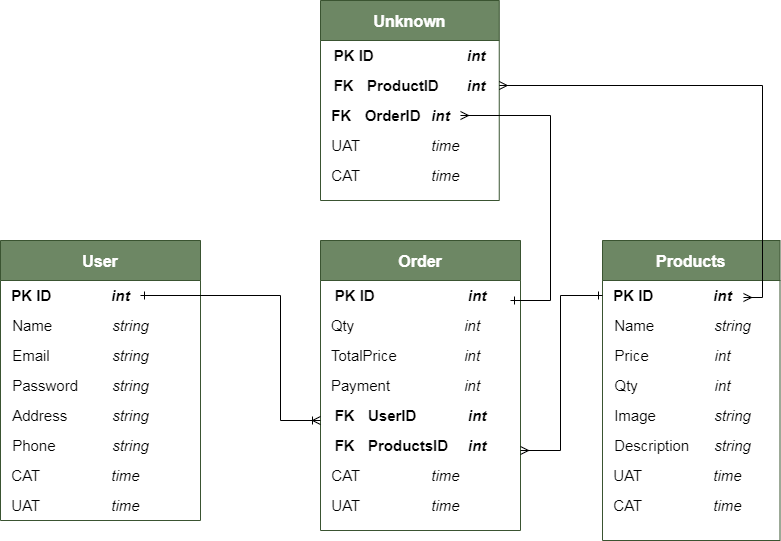
This is ERD.png from faqihassyfa/PROJECT-III, a draw.io export, as it was before one commit. Source tidied: cells renumbered, new cells last; positions are measured from the earlier drawing's top-left corner, leaving out a move shared by most shapes. Source of this version:
```xml
<mxGraphModel>
  <root>
    <mxCell id="0" />
    <mxCell id="1" parent="0" />
    <mxCell id="2" value="User" style="swimlane;startSize=40;fillColor=#6d8764;strokeColor=#3A5431;fontColor=#ffffff;fontSize=16;" parent="1" vertex="1">
      <mxGeometry y="240" width="200" height="280" as="geometry" />
    </mxCell>
    <mxCell id="3" value="&lt;b&gt;&lt;font style=&quot;font-size: 15px;&quot;&gt;PK ID&lt;span style=&quot;white-space: pre;&quot;&gt;&#9;&lt;/span&gt;&lt;span style=&quot;white-space: pre;&quot;&gt;&#9;&lt;/span&gt;&lt;i&gt;int&lt;/i&gt;&lt;/font&gt;&lt;/b&gt;" style="text;html=1;align=center;verticalAlign=middle;points=[];strokeColor=none;fillColor=none;" parent="2" vertex="1">
      <mxGeometry y="40" width="140" height="30" as="geometry" />
    </mxCell>
    <mxCell id="4" value="&lt;font style=&quot;font-size: 15px;&quot;&gt;Name&lt;span style=&quot;white-space: pre;&quot;&gt;&#9;&lt;span style=&quot;white-space: pre;&quot;&gt;&#9;&lt;/span&gt;&lt;/span&gt;&lt;i&gt;string&lt;/i&gt;&lt;/font&gt;" style="text;html=1;align=center;verticalAlign=middle;strokeColor=none;fillColor=none;" parent="2" vertex="1">
      <mxGeometry y="70" width="160" height="30" as="geometry" />
    </mxCell>
    <mxCell id="5" value="&lt;font style=&quot;font-size: 15px;&quot;&gt;Email&lt;span style=&quot;white-space: pre;&quot;&gt;&#9;&lt;span style=&quot;white-space: pre;&quot;&gt;&#9;&lt;/span&gt;&lt;/span&gt;&lt;i&gt;string&lt;/i&gt;&lt;/font&gt;" style="text;html=1;align=center;verticalAlign=middle;strokeColor=none;fillColor=none;" parent="2" vertex="1">
      <mxGeometry y="100" width="160" height="30" as="geometry" />
    </mxCell>
    <mxCell id="6" value="&lt;font style=&quot;font-size: 15px;&quot;&gt;Password&lt;span style=&quot;white-space: pre;&quot;&gt;&#9;&lt;/span&gt;&lt;i&gt;string&lt;/i&gt;&lt;/font&gt;" style="text;html=1;align=center;verticalAlign=middle;strokeColor=none;fillColor=none;" parent="2" vertex="1">
      <mxGeometry y="130" width="160" height="30" as="geometry" />
    </mxCell>
    <mxCell id="7" value="&lt;font style=&quot;font-size: 15px;&quot;&gt;Address&lt;span style=&quot;white-space: pre;&quot;&gt;&#9;&lt;/span&gt;&lt;span style=&quot;white-space: pre;&quot;&gt;&#9;&lt;/span&gt;&lt;i&gt;string&lt;/i&gt;&lt;/font&gt;" style="text;html=1;align=center;verticalAlign=middle;strokeColor=none;fillColor=none;" parent="2" vertex="1">
      <mxGeometry y="160" width="160" height="30" as="geometry" />
    </mxCell>
    <mxCell id="8" value="&lt;font style=&quot;font-size: 15px;&quot;&gt;Phone&lt;span style=&quot;white-space: pre;&quot;&gt;&#9;&lt;/span&gt;&lt;span style=&quot;white-space: pre;&quot;&gt;&#9;&lt;/span&gt;&lt;i&gt;string&lt;/i&gt;&lt;/font&gt;" style="text;html=1;align=center;verticalAlign=middle;strokeColor=none;fillColor=none;" parent="2" vertex="1">
      <mxGeometry y="190" width="160" height="30" as="geometry" />
    </mxCell>
    <mxCell id="9" value="&lt;font style=&quot;font-size: 15px;&quot;&gt;CAT&lt;span style=&quot;white-space: pre;&quot;&gt;&#9;&lt;/span&gt;&lt;span style=&quot;white-space: pre;&quot;&gt;&#9;&lt;/span&gt;&lt;span style=&quot;white-space: pre;&quot;&gt;&#9;&lt;/span&gt;&lt;i&gt;time&lt;/i&gt;&lt;/font&gt;" style="text;html=1;align=center;verticalAlign=middle;strokeColor=none;fillColor=none;" parent="2" vertex="1">
      <mxGeometry y="220" width="150" height="30" as="geometry" />
    </mxCell>
    <mxCell id="10" value="&lt;font style=&quot;font-size: 15px;&quot;&gt;UAT&lt;span style=&quot;white-space: pre;&quot;&gt;&#9;&lt;/span&gt;&lt;span style=&quot;white-space: pre;&quot;&gt;&#9;&lt;/span&gt;&lt;span style=&quot;white-space: pre;&quot;&gt;&#9;&lt;/span&gt;&lt;i&gt;time&lt;/i&gt;&lt;/font&gt;" style="text;html=1;align=center;verticalAlign=middle;strokeColor=none;fillColor=none;" parent="2" vertex="1">
      <mxGeometry y="250" width="150" height="30" as="geometry" />
    </mxCell>
    <mxCell id="11" value="Products" style="swimlane;startSize=40;fillColor=#6d8764;strokeColor=#3A5431;fontColor=#ffffff;fontSize=16;" parent="1" vertex="1">
      <mxGeometry x="602" y="240" width="177.5" height="300" as="geometry" />
    </mxCell>
    <mxCell id="12" value="&lt;b&gt;&lt;font style=&quot;font-size: 15px;&quot;&gt;PK ID&lt;span style=&quot;white-space: pre;&quot;&gt;&#9;&lt;span style=&quot;white-space: pre;&quot;&gt;&#9;&lt;/span&gt;&lt;/span&gt;&lt;i&gt;int&lt;/i&gt;&lt;/font&gt;&lt;/b&gt;" style="text;html=1;align=center;verticalAlign=middle;points=[];strokeColor=none;fillColor=none;" parent="11" vertex="1">
      <mxGeometry y="40" width="140" height="30" as="geometry" />
    </mxCell>
    <mxCell id="13" value="&lt;font style=&quot;font-size: 15px;&quot;&gt;Name&lt;span style=&quot;white-space: pre;&quot;&gt;&#9;&lt;span style=&quot;white-space: pre;&quot;&gt;&#9;&lt;/span&gt;&lt;/span&gt;&lt;i&gt;string&lt;/i&gt;&lt;/font&gt;" style="text;html=1;align=center;verticalAlign=middle;strokeColor=none;fillColor=none;" parent="11" vertex="1">
      <mxGeometry y="70" width="160" height="30" as="geometry" />
    </mxCell>
    <mxCell id="14" value="&lt;font style=&quot;font-size: 15px;&quot;&gt;Price&lt;span style=&quot;white-space: pre;&quot;&gt;&#9;&lt;span style=&quot;white-space: pre;&quot;&gt;&#9;&lt;/span&gt;&lt;i&gt;int&lt;/i&gt;&lt;/span&gt;&lt;/font&gt;" style="text;html=1;align=center;verticalAlign=middle;strokeColor=none;fillColor=none;" parent="11" vertex="1">
      <mxGeometry y="100" width="140" height="30" as="geometry" />
    </mxCell>
    <mxCell id="15" value="&lt;font style=&quot;font-size: 15px;&quot;&gt;Qty&lt;span style=&quot;white-space: pre;&quot;&gt;&#9;&lt;span style=&quot;white-space: pre;&quot;&gt;&#9;&lt;/span&gt;&lt;span style=&quot;white-space: pre;&quot;&gt;&#9;&lt;/span&gt;&lt;/span&gt;&lt;i&gt;int&lt;/i&gt;&lt;/font&gt;" style="text;html=1;align=center;verticalAlign=middle;strokeColor=none;fillColor=none;" parent="11" vertex="1">
      <mxGeometry y="130" width="140" height="30" as="geometry" />
    </mxCell>
    <mxCell id="16" value="&lt;font style=&quot;font-size: 15px;&quot;&gt;Description&lt;span style=&quot;white-space: pre;&quot;&gt;&lt;span style=&quot;white-space: pre;&quot;&gt;&#9;&lt;/span&gt;&lt;i&gt;string&lt;/i&gt;&lt;/span&gt;&lt;/font&gt;" style="text;html=1;align=center;verticalAlign=middle;strokeColor=none;fillColor=none;" parent="11" vertex="1">
      <mxGeometry y="190" width="160" height="30" as="geometry" />
    </mxCell>
    <mxCell id="17" value="&lt;font style=&quot;font-size: 15px;&quot;&gt;Image&lt;span style=&quot;white-space: pre;&quot;&gt;&#9;&lt;/span&gt;&lt;span style=&quot;white-space: pre;&quot;&gt;&#9;&lt;/span&gt;&lt;i style=&quot;white-space: pre;&quot;&gt;string&lt;/i&gt;&lt;/font&gt;" style="text;html=1;align=center;verticalAlign=middle;strokeColor=none;fillColor=none;" parent="11" vertex="1">
      <mxGeometry y="160" width="160" height="30" as="geometry" />
    </mxCell>
    <mxCell id="18" value="&lt;font style=&quot;font-size: 15px;&quot;&gt;UAT&lt;span style=&quot;white-space: pre;&quot;&gt;&#9;&lt;/span&gt;&lt;span style=&quot;white-space: pre;&quot;&gt;&#9;&lt;/span&gt;&lt;span style=&quot;white-space: pre;&quot;&gt;&#9;&lt;/span&gt;&lt;i&gt;time&lt;/i&gt;&lt;/font&gt;" style="text;html=1;align=center;verticalAlign=middle;strokeColor=none;fillColor=none;" parent="11" vertex="1">
      <mxGeometry y="220" width="150" height="30" as="geometry" />
    </mxCell>
    <mxCell id="19" value="&lt;font style=&quot;font-size: 15px;&quot;&gt;CAT&lt;span style=&quot;white-space: pre;&quot;&gt;&#9;&lt;/span&gt;&lt;span style=&quot;white-space: pre;&quot;&gt;&#9;&lt;/span&gt;&lt;span style=&quot;white-space: pre;&quot;&gt;&#9;&lt;/span&gt;&lt;i&gt;time&lt;/i&gt;&lt;/font&gt;" style="text;html=1;align=center;verticalAlign=middle;strokeColor=none;fillColor=none;" parent="11" vertex="1">
      <mxGeometry y="250" width="150" height="30" as="geometry" />
    </mxCell>
    <mxCell id="20" value="Order" style="swimlane;startSize=40;fillColor=#6d8764;strokeColor=#3A5431;fontColor=#ffffff;fontSize=16;" parent="1" vertex="1">
      <mxGeometry x="320" y="240" width="200" height="290" as="geometry" />
    </mxCell>
    <mxCell id="21" value="&lt;b&gt;&lt;font style=&quot;font-size: 15px;&quot;&gt;PK ID&lt;span style=&quot;white-space: pre;&quot;&gt;&#9;&lt;span style=&quot;white-space: pre;&quot;&gt;&#9;&lt;/span&gt;&lt;span style=&quot;white-space: pre;&quot;&gt;&#9;&lt;/span&gt;&lt;/span&gt;&lt;i&gt;int&lt;/i&gt;&lt;/font&gt;&lt;/b&gt;" style="text;html=1;align=center;verticalAlign=middle;strokeColor=none;fillColor=none;" parent="20" vertex="1">
      <mxGeometry y="40" width="180" height="30" as="geometry" />
    </mxCell>
    <mxCell id="22" value="&lt;font style=&quot;font-size: 15px;&quot;&gt;CAT&lt;span style=&quot;white-space: pre;&quot;&gt;&#9;&lt;/span&gt;&lt;span style=&quot;white-space: pre;&quot;&gt;&#9;&lt;/span&gt;&lt;span style=&quot;white-space: pre;&quot;&gt;&#9;&lt;/span&gt;&lt;i&gt;time&lt;/i&gt;&lt;/font&gt;" style="text;html=1;align=center;verticalAlign=middle;strokeColor=none;fillColor=none;" parent="20" vertex="1">
      <mxGeometry y="220" width="150" height="30" as="geometry" />
    </mxCell>
    <mxCell id="23" value="&lt;font style=&quot;font-size: 15px;&quot;&gt;Qty&lt;span style=&quot;white-space: pre;&quot;&gt;&#9;&lt;span style=&quot;white-space: pre;&quot;&gt;&#9;&lt;span style=&quot;white-space: pre;&quot;&gt;&#9;&lt;/span&gt;&lt;/span&gt;&lt;span style=&quot;white-space: pre;&quot;&gt;&#9;&lt;/span&gt;&lt;/span&gt;&lt;i&gt;int&lt;/i&gt;&lt;/font&gt;" style="text;html=1;align=center;verticalAlign=middle;strokeColor=none;fillColor=none;" parent="20" vertex="1">
      <mxGeometry y="70" width="170" height="30" as="geometry" />
    </mxCell>
    <mxCell id="24" value="&lt;font style=&quot;font-size: 15px;&quot;&gt;TotalPrice&lt;span style=&quot;white-space: pre;&quot;&gt;&#9;&lt;/span&gt;&lt;span style=&quot;white-space: pre;&quot;&gt;&lt;span style=&quot;white-space: pre;&quot;&gt;&#9;&lt;/span&gt;&lt;i&gt;int&lt;/i&gt;&lt;/span&gt;&lt;/font&gt;" style="text;html=1;align=center;verticalAlign=middle;strokeColor=none;fillColor=none;" parent="20" vertex="1">
      <mxGeometry y="100" width="170" height="30" as="geometry" />
    </mxCell>
    <mxCell id="25" value="&lt;font style=&quot;font-size: 15px;&quot;&gt;FK&lt;span style=&quot;white-space: pre;&quot;&gt;&#9;&lt;/span&gt;UserID&lt;span style=&quot;white-space: pre;&quot;&gt;&#9;&lt;span style=&quot;white-space: pre;&quot;&gt;&#9;&lt;/span&gt;&lt;i&gt;int&lt;/i&gt;&lt;/span&gt;&lt;/font&gt;" style="text;html=1;align=center;verticalAlign=middle;points=[];strokeColor=none;fillColor=none;fontStyle=1;" parent="20" vertex="1">
      <mxGeometry y="160" width="180" height="30" as="geometry" />
    </mxCell>
    <mxCell id="26" value="&lt;font style=&quot;font-size: 15px;&quot;&gt;FK&lt;span style=&quot;white-space: pre;&quot;&gt;&#9;&lt;/span&gt;ProductsID&lt;span style=&quot;white-space: pre;&quot;&gt;&#9;&lt;/span&gt;&lt;i&gt;int&lt;/i&gt;&lt;/font&gt;" style="text;html=1;align=center;verticalAlign=middle;strokeColor=none;fillColor=none;fontStyle=1;" parent="20" vertex="1">
      <mxGeometry y="190" width="180" height="30" as="geometry" />
    </mxCell>
    <mxCell id="27" value="&lt;font style=&quot;font-size: 15px;&quot;&gt;Payment&lt;span style=&quot;white-space: pre;&quot;&gt;&#9;&lt;span style=&quot;white-space: pre;&quot;&gt;&#9;&lt;/span&gt;&lt;/span&gt;&lt;span style=&quot;white-space: pre;&quot;&gt;&lt;span style=&quot;white-space: pre;&quot;&gt;&#9;&lt;/span&gt;&lt;i&gt;int&lt;/i&gt;&lt;/span&gt;&lt;/font&gt;" style="text;html=1;align=center;verticalAlign=middle;strokeColor=none;fillColor=none;" parent="20" vertex="1">
      <mxGeometry y="130" width="170" height="30" as="geometry" />
    </mxCell>
    <mxCell id="28" value="&lt;font style=&quot;font-size: 15px;&quot;&gt;UAT&lt;span style=&quot;white-space: pre;&quot;&gt;&#9;&lt;/span&gt;&lt;span style=&quot;white-space: pre;&quot;&gt;&#9;&lt;/span&gt;&lt;span style=&quot;white-space: pre;&quot;&gt;&#9;&lt;/span&gt;&lt;i&gt;time&lt;/i&gt;&lt;/font&gt;" style="text;html=1;align=center;verticalAlign=middle;strokeColor=none;fillColor=none;" parent="20" vertex="1">
      <mxGeometry y="250" width="150" height="30" as="geometry" />
    </mxCell>
    <mxCell id="29" style="edgeStyle=orthogonalEdgeStyle;rounded=0;jettySize=auto;html=1;endArrow=ERoneToMany;endFill=0;startArrow=ERone;startFill=0;" parent="1" edge="1" source="3" target="25">
      <mxGeometry relative="1" as="geometry">
        <Array as="points">
          <mxPoint x="280" y="295" />
          <mxPoint x="280" y="420" />
        </Array>
      </mxGeometry>
    </mxCell>
    <mxCell id="30" style="edgeStyle=orthogonalEdgeStyle;rounded=0;jettySize=auto;html=1;startArrow=ERone;startFill=0;endArrow=ERmany;endFill=0;" parent="1" edge="1" source="12">
      <mxGeometry relative="1" as="geometry">
        <mxPoint x="520" y="450" as="targetPoint" />
        <Array as="points">
          <mxPoint x="560" y="295" />
          <mxPoint x="560" y="450" />
        </Array>
      </mxGeometry>
    </mxCell>
    <mxCell id="31" value="Unknown" style="swimlane;startSize=40;fillColor=#6d8764;strokeColor=#3A5431;fontColor=#ffffff;fontSize=16;" parent="1" vertex="1">
      <mxGeometry x="320" width="178.8" height="200" as="geometry" />
    </mxCell>
    <mxCell id="32" value="&lt;b&gt;&lt;font style=&quot;font-size: 15px;&quot;&gt;PK ID&lt;span style=&quot;white-space: pre;&quot;&gt;&#9;&lt;span style=&quot;white-space: pre;&quot;&gt;&#9;&lt;/span&gt;&lt;span style=&quot;white-space: pre;&quot;&gt;&#9;&lt;/span&gt;&lt;/span&gt;&lt;i&gt;int&lt;/i&gt;&lt;/font&gt;&lt;/b&gt;" style="text;html=1;align=center;verticalAlign=middle;strokeColor=none;fillColor=none;" parent="31" vertex="1">
      <mxGeometry x="-1.2" y="40" width="180" height="30" as="geometry" />
    </mxCell>
    <mxCell id="33" value="&lt;font style=&quot;font-size: 15px;&quot;&gt;UAT&lt;span style=&quot;white-space: pre;&quot;&gt;&#9;&lt;/span&gt;&lt;span style=&quot;white-space: pre;&quot;&gt;&#9;&lt;/span&gt;&lt;span style=&quot;white-space: pre;&quot;&gt;&#9;&lt;/span&gt;&lt;i&gt;time&lt;/i&gt;&lt;/font&gt;" style="text;html=1;align=center;verticalAlign=middle;strokeColor=none;fillColor=none;" parent="31" vertex="1">
      <mxGeometry y="130" width="150" height="30" as="geometry" />
    </mxCell>
    <mxCell id="34" value="&lt;font style=&quot;font-size: 15px;&quot;&gt;CAT&lt;span style=&quot;white-space: pre;&quot;&gt;&#9;&lt;/span&gt;&lt;span style=&quot;white-space: pre;&quot;&gt;&#9;&lt;/span&gt;&lt;span style=&quot;white-space: pre;&quot;&gt;&#9;&lt;/span&gt;&lt;i&gt;time&lt;/i&gt;&lt;/font&gt;" style="text;html=1;align=center;verticalAlign=middle;strokeColor=none;fillColor=none;" parent="31" vertex="1">
      <mxGeometry y="160" width="150" height="30" as="geometry" />
    </mxCell>
    <mxCell id="35" value="&lt;font style=&quot;font-size: 15px;&quot;&gt;FK&lt;span style=&quot;white-space: pre;&quot;&gt;&#9;&lt;/span&gt;ProductID&lt;span style=&quot;white-space: pre;&quot;&gt;&#9;&lt;i&gt;int&lt;/i&gt;&lt;/span&gt;&lt;/font&gt;" style="text;html=1;align=center;verticalAlign=middle;points=[];strokeColor=none;fillColor=none;fontStyle=1;" parent="31" vertex="1">
      <mxGeometry x="-1.2" y="70" width="180" height="30" as="geometry" />
    </mxCell>
    <mxCell id="36" value="&lt;font style=&quot;font-size: 15px;&quot;&gt;FK&lt;span style=&quot;white-space: pre;&quot;&gt;&#9;&lt;/span&gt;OrderID&lt;span style=&quot;white-space: pre;&quot;&gt;&#9;&lt;i&gt;int&lt;/i&gt;&lt;/span&gt;&lt;/font&gt;" style="text;html=1;align=center;verticalAlign=middle;points=[];strokeColor=none;fillColor=none;fontStyle=1;" parent="31" vertex="1">
      <mxGeometry y="100" width="140" height="30" as="geometry" />
    </mxCell>
    <mxCell id="37" style="edgeStyle=orthogonalEdgeStyle;rounded=0;jettySize=auto;html=1;endArrow=ERone;endFill=0;startArrow=ERmany;startFill=0;" parent="1" edge="1" source="36">
      <mxGeometry relative="1" as="geometry">
        <mxPoint x="510" y="300" as="targetPoint" />
        <Array as="points">
          <mxPoint x="550" y="115" />
          <mxPoint x="550" y="300" />
        </Array>
      </mxGeometry>
    </mxCell>
    <mxCell id="38" style="edgeStyle=orthogonalEdgeStyle;rounded=0;jettySize=auto;html=1;entryX=1.007;entryY=0.567;entryDx=0;entryDy=0;entryPerimeter=0;startArrow=ERmany;startFill=0;endArrow=ERmany;endFill=0;" parent="1" edge="1" source="35" target="12">
      <mxGeometry relative="1" as="geometry" />
    </mxCell>
  </root>
</mxGraphModel>
```
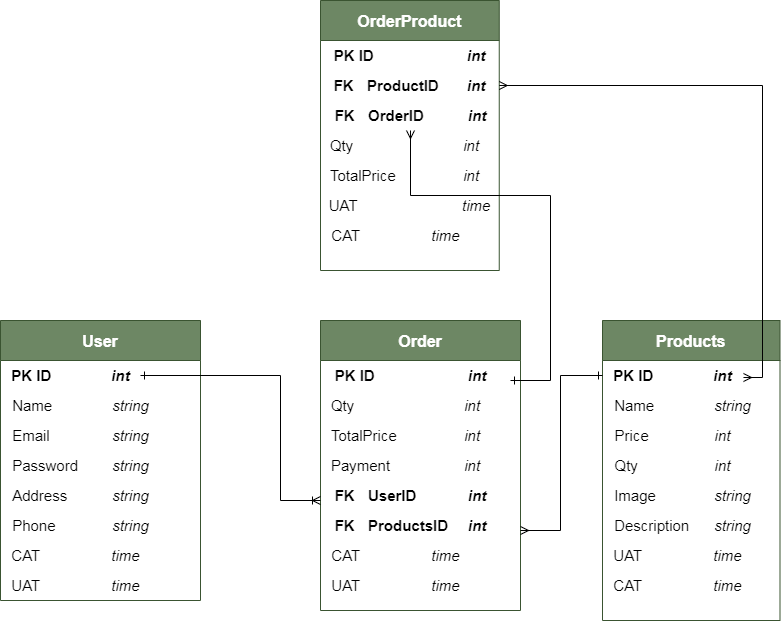
The same file after the commit.

Change to the diagram source:
```diff
@@ -100,24 +100,30 @@
         </Array>
       </mxGeometry>
     </mxCell>
-    <mxCell id="31" value="Unknown" style="swimlane;startSize=40;fillColor=#6d8764;strokeColor=#3A5431;fontColor=#ffffff;fontSize=16;" parent="1" vertex="1">
-      <mxGeometry x="320" width="178.8" height="200" as="geometry" />
+    <mxCell id="31" value="OrderProduct" style="swimlane;startSize=40;fillColor=#6d8764;strokeColor=#3A5431;fontColor=#ffffff;fontSize=16;" parent="1" vertex="1">
+      <mxGeometry x="320" y="-80" width="178.8" height="270" as="geometry" />
     </mxCell>
     <mxCell id="32" value="&lt;b&gt;&lt;font style=&quot;font-size: 15px;&quot;&gt;PK ID&lt;span style=&quot;white-space: pre;&quot;&gt;&#9;&lt;span style=&quot;white-space: pre;&quot;&gt;&#9;&lt;/span&gt;&lt;span style=&quot;white-space: pre;&quot;&gt;&#9;&lt;/span&gt;&lt;/span&gt;&lt;i&gt;int&lt;/i&gt;&lt;/font&gt;&lt;/b&gt;" style="text;html=1;align=center;verticalAlign=middle;strokeColor=none;fillColor=none;" parent="31" vertex="1">
       <mxGeometry x="-1.2" y="40" width="180" height="30" as="geometry" />
     </mxCell>
+    <mxCell id="35" value="&lt;font style=&quot;font-size: 15px;&quot;&gt;FK&lt;span style=&quot;white-space: pre;&quot;&gt;&#9;&lt;/span&gt;ProductID&lt;span style=&quot;white-space: pre;&quot;&gt;&#9;&lt;i&gt;int&lt;/i&gt;&lt;/span&gt;&lt;/font&gt;" style="text;html=1;align=center;verticalAlign=middle;points=[];strokeColor=none;fillColor=none;fontStyle=1;" parent="31" vertex="1">
+      <mxGeometry x="-1.2" y="70" width="180" height="30" as="geometry" />
+    </mxCell>
+    <mxCell id="36" value="&lt;font style=&quot;font-size: 15px;&quot;&gt;FK&lt;span style=&quot;white-space: pre;&quot;&gt;&#9;&lt;/span&gt;OrderID&lt;span style=&quot;white-space: pre;&quot;&gt;&#9;&lt;span style=&quot;white-space: pre;&quot;&gt;&#9;&lt;/span&gt;&lt;i&gt;int&lt;/i&gt;&lt;/span&gt;&lt;/font&gt;" style="text;html=1;align=center;verticalAlign=middle;points=[];strokeColor=none;fillColor=none;fontStyle=1;" parent="31" vertex="1">
+      <mxGeometry y="100" width="180" height="30" as="geometry" />
+    </mxCell>
+    <mxCell id="39" value="&lt;font style=&quot;font-size: 15px;&quot;&gt;Qty&lt;span style=&quot;white-space: pre;&quot;&gt;&#9;&lt;span style=&quot;white-space: pre;&quot;&gt;&#9;&lt;span style=&quot;white-space: pre;&quot;&gt;&#9;&lt;/span&gt;&lt;/span&gt;&lt;span style=&quot;white-space: pre;&quot;&gt;&#9;&lt;/span&gt;&lt;/span&gt;&lt;i&gt;int&lt;/i&gt;&lt;/font&gt;" style="text;html=1;align=center;verticalAlign=middle;strokeColor=none;fillColor=none;" parent="31" vertex="1">
+      <mxGeometry x="-1.2" y="130" width="170" height="30" as="geometry" />
+    </mxCell>
+    <mxCell id="40" value="&lt;font style=&quot;font-size: 15px;&quot;&gt;TotalPrice&lt;span style=&quot;white-space: pre;&quot;&gt;&#9;&lt;/span&gt;&lt;span style=&quot;white-space: pre;&quot;&gt;&lt;span style=&quot;white-space: pre;&quot;&gt;&#9;&lt;/span&gt;&lt;i&gt;int&lt;/i&gt;&lt;/span&gt;&lt;/font&gt;" style="text;html=1;align=center;verticalAlign=middle;strokeColor=none;fillColor=none;" parent="31" vertex="1">
+      <mxGeometry x="-1.2" y="160" width="170" height="30" as="geometry" />
+    </mxCell>
-    <mxCell id="33" value="&lt;font style=&quot;font-size: 15px;&quot;&gt;UAT&lt;span style=&quot;white-space: pre;&quot;&gt;&#9;&lt;/span&gt;&lt;span style=&quot;white-space: pre;&quot;&gt;&#9;&lt;/span&gt;&lt;span style=&quot;white-space: pre;&quot;&gt;&#9;&lt;/span&gt;&lt;i&gt;time&lt;/i&gt;&lt;/font&gt;" style="text;html=1;align=center;verticalAlign=middle;strokeColor=none;fillColor=none;" parent="31" vertex="1">
-      <mxGeometry y="130" width="150" height="30" as="geometry" />
+    <mxCell id="33" value="&lt;font style=&quot;font-size: 15px;&quot;&gt;UAT&lt;span style=&quot;white-space: pre;&quot;&gt;&#9;&lt;/span&gt;&lt;span style=&quot;white-space: pre;&quot;&gt;&#9;&lt;span style=&quot;white-space: pre;&quot;&gt;&#9;&lt;/span&gt;&lt;/span&gt;&lt;span style=&quot;white-space: pre;&quot;&gt;&#9;&lt;/span&gt;&lt;i&gt;time&lt;/i&gt;&lt;/font&gt;" style="text;html=1;align=center;verticalAlign=middle;strokeColor=none;fillColor=none;" parent="31" vertex="1">
+      <mxGeometry x="-6.2" y="190" width="190" height="30" as="geometry" />
     </mxCell>
     <mxCell id="34" value="&lt;font style=&quot;font-size: 15px;&quot;&gt;CAT&lt;span style=&quot;white-space: pre;&quot;&gt;&#9;&lt;/span&gt;&lt;span style=&quot;white-space: pre;&quot;&gt;&#9;&lt;/span&gt;&lt;span style=&quot;white-space: pre;&quot;&gt;&#9;&lt;/span&gt;&lt;i&gt;time&lt;/i&gt;&lt;/font&gt;" style="text;html=1;align=center;verticalAlign=middle;strokeColor=none;fillColor=none;" parent="31" vertex="1">
-      <mxGeometry y="160" width="150" height="30" as="geometry" />
+      <mxGeometry y="220" width="150" height="30" as="geometry" />
     </mxCell>
-    <mxCell id="35" value="&lt;font style=&quot;font-size: 15px;&quot;&gt;FK&lt;span style=&quot;white-space: pre;&quot;&gt;&#9;&lt;/span&gt;ProductID&lt;span style=&quot;white-space: pre;&quot;&gt;&#9;&lt;i&gt;int&lt;/i&gt;&lt;/span&gt;&lt;/font&gt;" style="text;html=1;align=center;verticalAlign=middle;points=[];strokeColor=none;fillColor=none;fontStyle=1;" parent="31" vertex="1">
-      <mxGeometry x="-1.2" y="70" width="180" height="30" as="geometry" />
-    </mxCell>
-    <mxCell id="36" value="&lt;font style=&quot;font-size: 15px;&quot;&gt;FK&lt;span style=&quot;white-space: pre;&quot;&gt;&#9;&lt;/span&gt;OrderID&lt;span style=&quot;white-space: pre;&quot;&gt;&#9;&lt;i&gt;int&lt;/i&gt;&lt;/span&gt;&lt;/font&gt;" style="text;html=1;align=center;verticalAlign=middle;points=[];strokeColor=none;fillColor=none;fontStyle=1;" parent="31" vertex="1">
-      <mxGeometry y="100" width="140" height="30" as="geometry" />
-    </mxCell>
     <mxCell id="37" style="edgeStyle=orthogonalEdgeStyle;rounded=0;jettySize=auto;html=1;endArrow=ERone;endFill=0;startArrow=ERmany;startFill=0;" parent="1" edge="1" source="36">
       <mxGeometry relative="1" as="geometry">
         <mxPoint x="510" y="300" as="targetPoint" />
```
